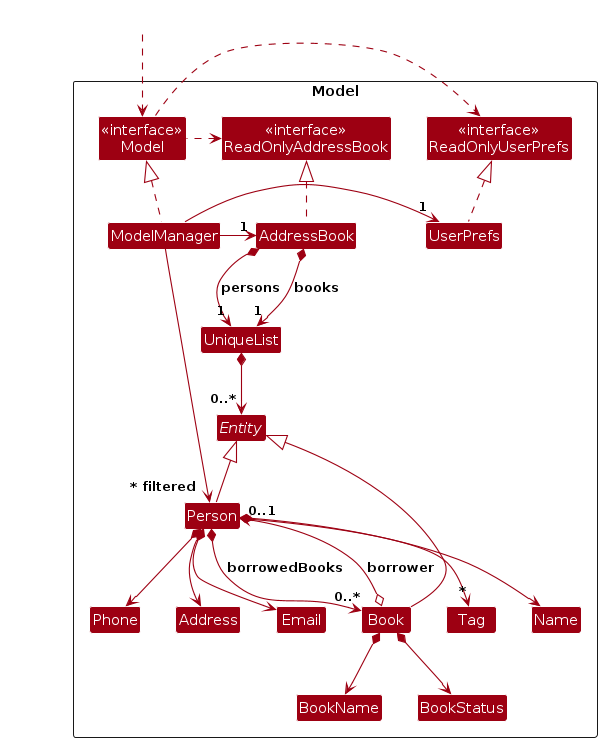
This is diagrams/ModelClassDiagram.png from PriyadarshiCharvi/tp, a PlantUML export, as it was before one commit. Its source is kept beside it as diagrams/ModelClassDiagram.puml. Its diagram source:
```plantuml
@startuml
!include style.puml
skinparam arrowThickness 1.1
skinparam arrowColor MODEL_COLOR
skinparam classBackgroundColor MODEL_COLOR

Package Model as ModelPackage <<Rectangle>> {
Class "<<interface>>\nReadOnlyAddressBook" as ReadOnlyAddressBook
Class "<<interface>>\nReadOnlyUserPrefs" as ReadOnlyUserPrefs
Class "<<interface>>\nModel" as Model
Class AddressBook
Class ModelManager
Class UserPrefs
Class UniqueList
abstract Entity
Class Person
Class Book
Class Address
Class Email
Class Name
Class Phone
Class Tag
Class BookName
Class BookStatus
}

Class I #FFFFFF
Class HiddenOutside #FFFFFF
HiddenOutside ..> Model


Entity <|-- Person
Entity <|-- Book


AddressBook .up.|> ReadOnlyAddressBook
ModelManager .up.|> Model
Model .right.> ReadOnlyUserPrefs
Model .left.> ReadOnlyAddressBook
ModelManager -left-> "1" AddressBook
ModelManager -right-> "1" UserPrefs
UserPrefs .up.|> ReadOnlyUserPrefs


AddressBook *--> "1" UniqueList : "persons"
AddressBook *--> "1" UniqueList : "books"

UniqueList *--> "0..*" Entity

Person *--> Name
Person *--> Phone
Person *--> Email
Person *--> Address
Person *--> "*" Tag

Book *--> BookName
Book *--> BookStatus

Book o--> "0..1" Person : "borrower"
Person *--> "0..*" Book : "borrowedBooks"

Person -[hidden]up--> I
UniqueList -[hidden]right-> I

Name -[hidden]right-> Phone
Phone -[hidden]right-> Address
Address -[hidden]right-> Email

ModelManager --> "~* filtered" Person
@enduml
```
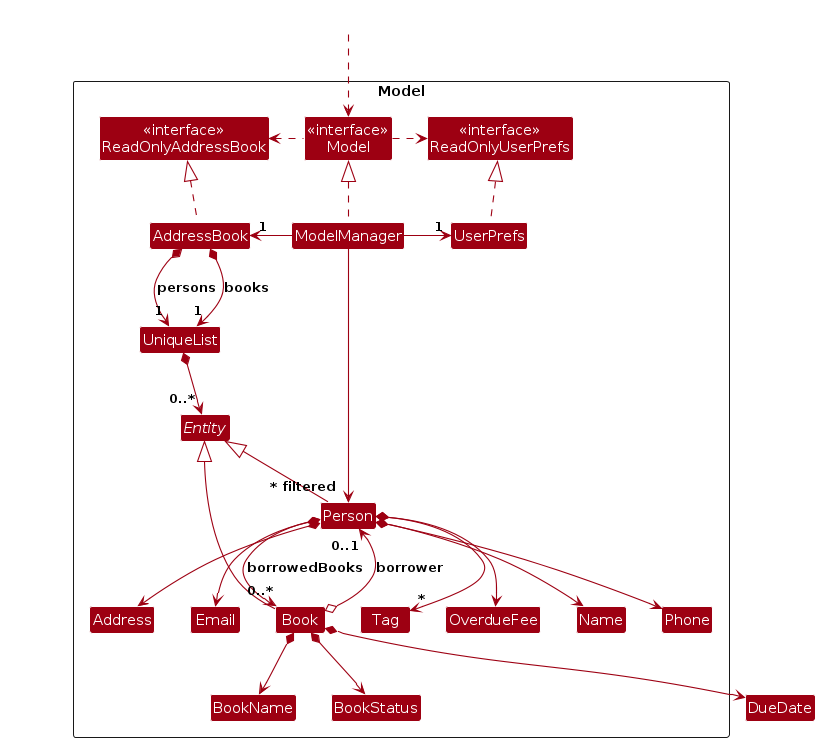
Later version of the same file.

Change to the diagram source:
```diff
@@ -22,6 +22,7 @@
 Class Tag
 Class BookName
 Class BookStatus
+Class OverdueFee
 }
 
 Class I #FFFFFF
@@ -52,9 +53,11 @@
 Person *--> Email
 Person *--> Address
 Person *--> "*" Tag
+Person *--> OverdueFee
 
 Book *--> BookName
 Book *--> BookStatus
+Book *--> DueDate
 
 Book o--> "0..1" Person : "borrower"
 Person *--> "0..*" Book : "borrowedBooks"
```
